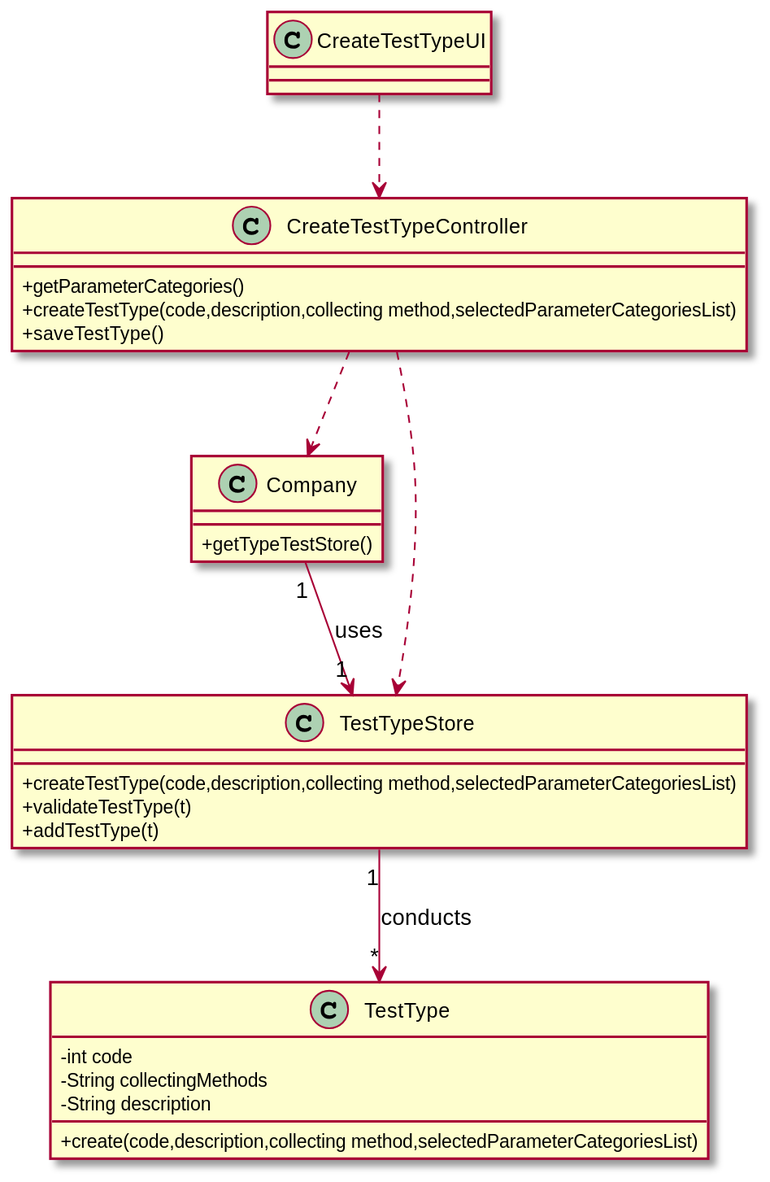
The PlantUML diagram docs/SprintB/US09/US09_CD.svg in manu-07-ela/LAPR2_ISEP, before a commit.
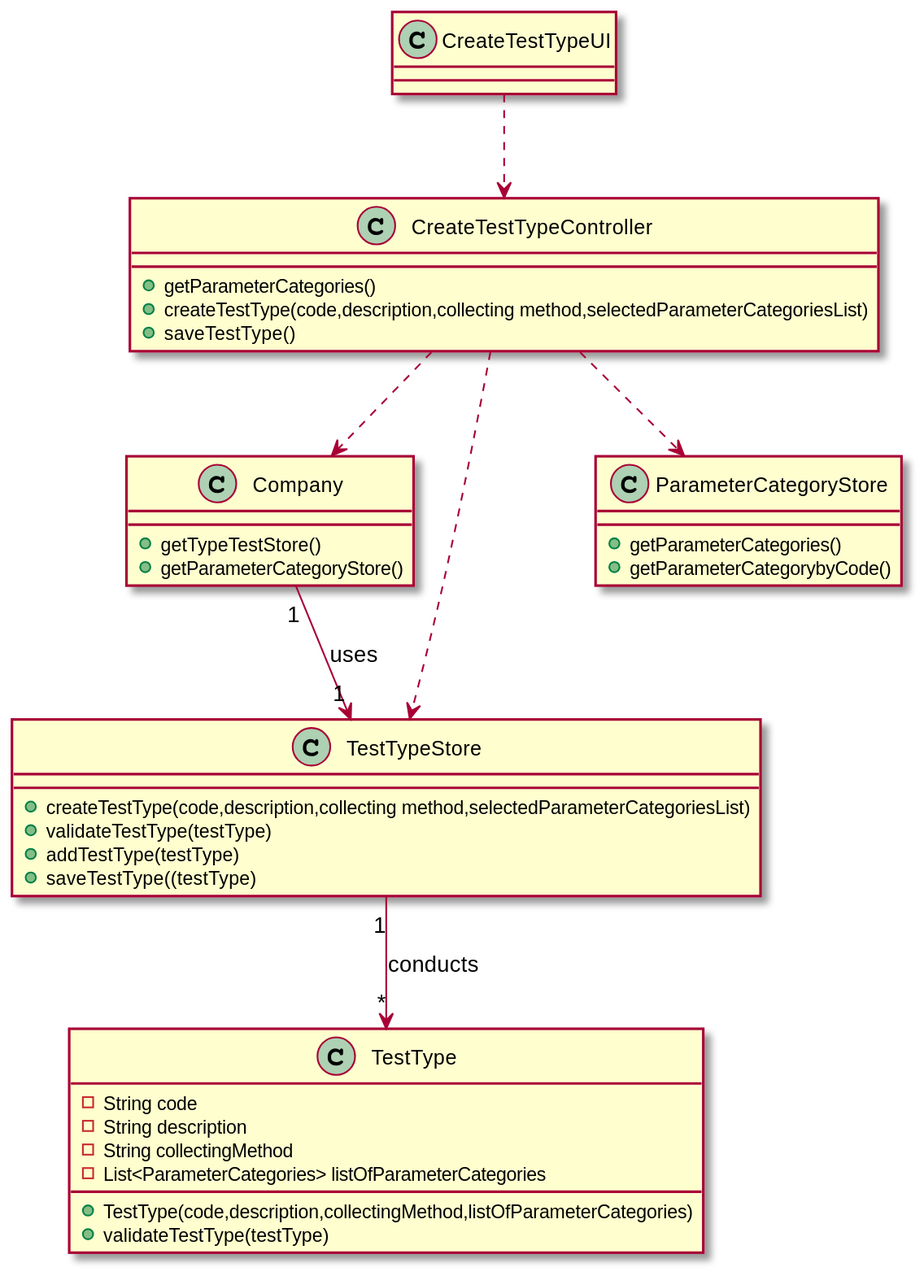
After the commit.

Diff of the diagram source:
```diff
@@ -1,8 +1,8 @@
 @startuml
-skinparam classAttributeIconSize 0
 
 class Company{
 +getTypeTestStore()
++getParameterCategoryStore()
 }
 
 class CreateTestTypeUI{
@@ -15,21 +15,30 @@
 }
 
 class TestType{
--int code
--String collectingMethods
+-String code
 -String description
-+create(code,description,collecting method,selectedParameterCategoriesList)
+-String collectingMethod
+-List<ParameterCategories> listOfParameterCategories
++TestType(code,description,collectingMethod,listOfParameterCategories)
++validateTestType(testType)
 }
 
 class TestTypeStore{
 +createTestType(code,description,collecting method,selectedParameterCategoriesList)
-+validateTestType(t)
-+addTestType(t)
++validateTestType(testType)
++addTestType(testType)
++saveTestType((testType)
+}
+
+class ParameterCategoryStore{
++getParameterCategories()
++getParameterCategorybyCode()
 }
 
 CreateTestTypeUI ..> CreateTestTypeController
 CreateTestTypeController ..> Company
 CreateTestTypeController ..> TestTypeStore
+CreateTestTypeController ..> ParameterCategoryStore
 Company"1"--> "1" TestTypeStore : uses
 TestTypeStore "1"-->"*" TestType : conducts
 
```
